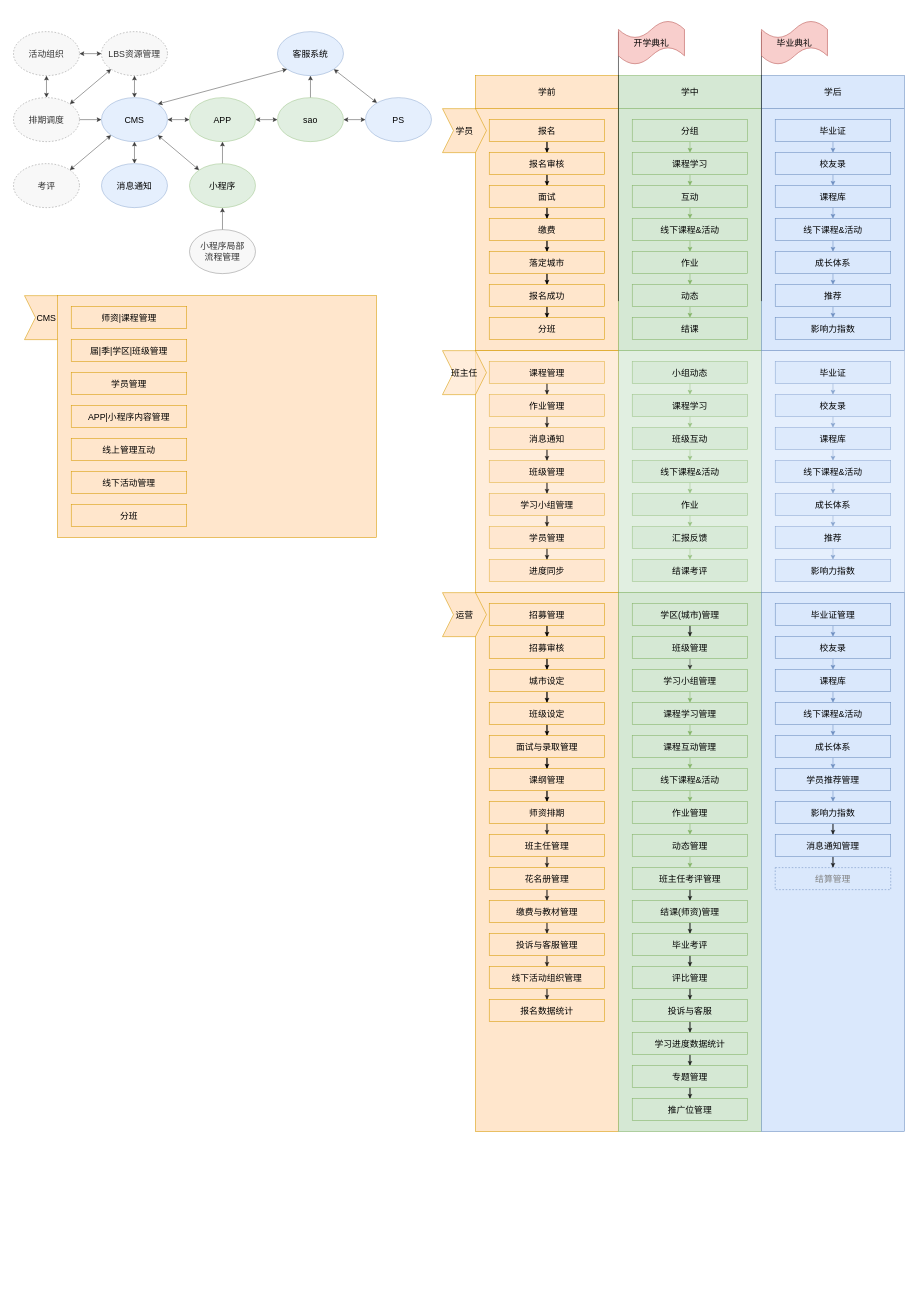
The draw.io diagram DDdaxue.drawio in HunkJia/HUNK, before the edit. Source tidied: cells renumbered, new cells numbered last; positions are measured from the earlier drawing's top-left corner, leaving out a move shared by most shapes. Both pictures are drawn from the tidied source at 55%, with x=0, y=0 at pixel (13, 20).
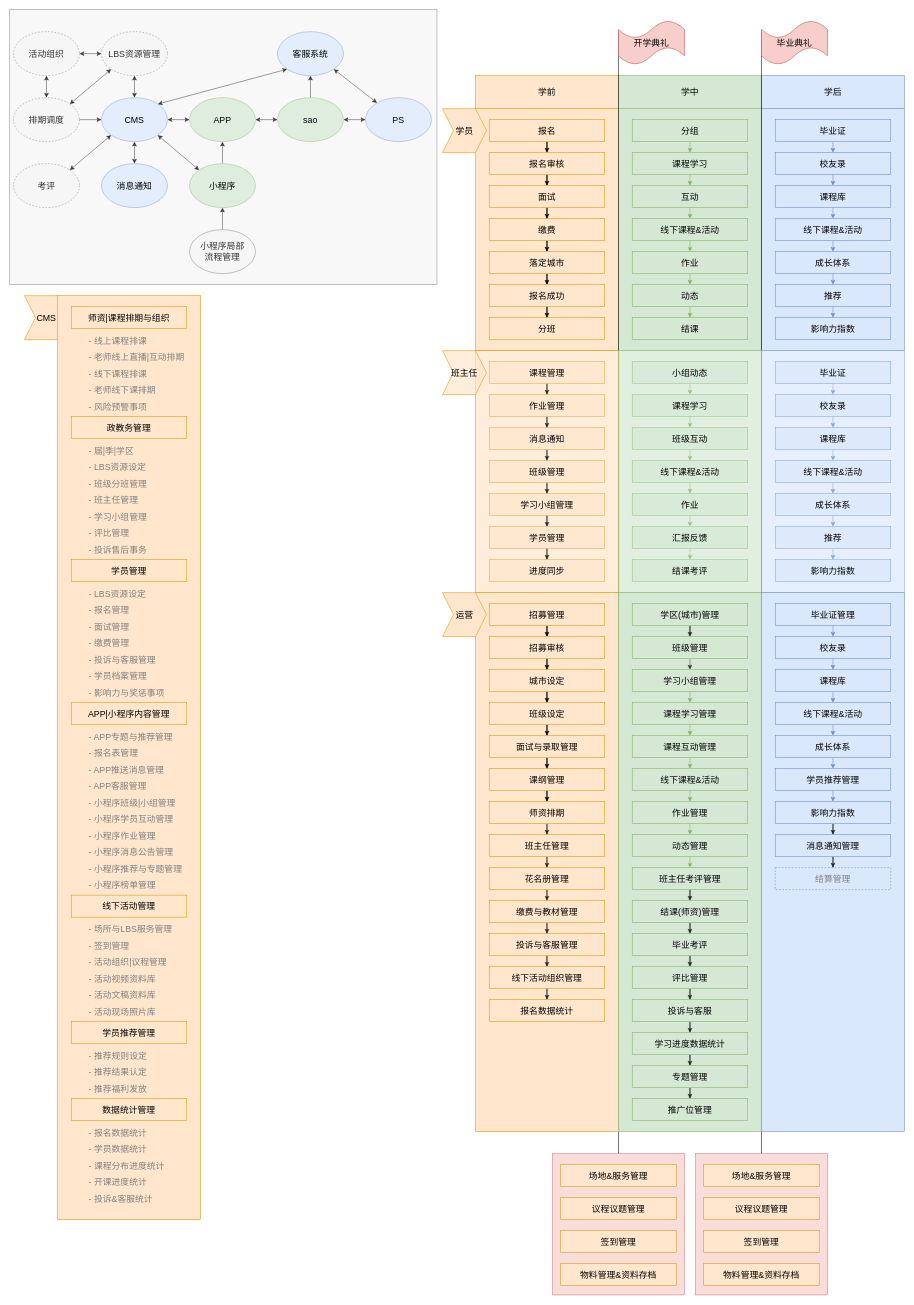
Above is the later version.

What changed in the source:
```diff
@@
+    <mxCell id="209" style="rounded=0;whiteSpace=wrap;html=1;fontSize=16;opacity=70;fillColor=#f5f5f5;strokeColor=#666666;fontColor=#333333;" parent="1" vertex="1">
+      <mxGeometry x="-7" y="-20" width="777" height="500" as="geometry" />
+    </mxCell>
@@
-    <mxCell id="8" style="endArrow=none;html=1;fontSize=16;" parent="1" edge="1">
+    <mxCell id="8" style="endArrow=none;html=1;fontSize=16;entryX=0.5;entryY=0;entryDx=0;entryDy=0;" parent="1" edge="1" target="254">
       <mxGeometry relative="1" as="geometry">
         <mxPoint x="1100" y="20" as="sourcePoint" />
-        <mxPoint x="1100" y="510" as="targetPoint" />
       </mxGeometry>
     </mxCell>
-    <mxCell id="9" style="endArrow=none;html=1;fontSize=16;" parent="1" edge="1">
+    <mxCell id="9" style="endArrow=none;html=1;fontSize=16;entryX=0.5;entryY=0;entryDx=0;entryDy=0;" parent="1" edge="1" target="259">
       <mxGeometry relative="1" as="geometry">
         <mxPoint x="1360" y="20" as="sourcePoint" />
-        <mxPoint x="1360" y="510" as="targetPoint" />
       </mxGeometry>
     </mxCell>
@@
     <mxCell id="201" style="rounded=0;whiteSpace=wrap;html=1;fillColor=#ffe6cc;strokeColor=#d79b00;" parent="1" vertex="1">
-      <mxGeometry x="80" y="500" width="580" height="440" as="geometry" />
+      <mxGeometry x="80" y="500" width="260" height="1680" as="geometry" />
     </mxCell>
-    <mxCell id="202" value="师资|课程管理" style="rounded=0;whiteSpace=wrap;html=1;fontSize=16;fillColor=#ffe6cc;strokeColor=#d79b00;" parent="1" vertex="1">
+    <mxCell id="202" value="师资|课程排期与组织" style="rounded=0;whiteSpace=wrap;html=1;fontSize=16;fillColor=#ffe6cc;strokeColor=#d79b00;" parent="1" vertex="1">
       <mxGeometry x="105" y="520" width="210" height="40" as="geometry" />
     </mxCell>
-    <mxCell id="203" value="届|季|学区|班级管理" style="rounded=0;whiteSpace=wrap;html=1;fontSize=16;fillColor=#ffe6cc;strokeColor=#d79b00;" parent="1" vertex="1">
-      <mxGeometry x="105" y="580" width="210" height="40" as="geometry" />
+    <mxCell id="203" value="政教务管理" style="rounded=0;whiteSpace=wrap;html=1;fontSize=16;fillColor=#ffe6cc;strokeColor=#d79b00;" parent="1" vertex="1">
+      <mxGeometry x="105" y="720" width="210" height="40" as="geometry" />
     </mxCell>
     <mxCell id="204" value="学员管理" style="rounded=0;whiteSpace=wrap;html=1;fontSize=16;fillColor=#ffe6cc;strokeColor=#d79b00;" parent="1" vertex="1">
-      <mxGeometry x="105" y="640" width="210" height="40" as="geometry" />
+      <mxGeometry x="105" y="980" width="210" height="40" as="geometry" />
     </mxCell>
     <mxCell id="205" value="APP|小程序内容管理" style="rounded=0;whiteSpace=wrap;html=1;fontSize=16;fillColor=#ffe6cc;strokeColor=#d79b00;" parent="1" vertex="1">
-      <mxGeometry x="105" y="700" width="210" height="40" as="geometry" />
+      <mxGeometry x="105" y="1240" width="210" height="40" as="geometry" />
     </mxCell>
-    <mxCell id="206" value="线上管理互动" style="rounded=0;whiteSpace=wrap;html=1;fontSize=16;fillColor=#ffe6cc;strokeColor=#d79b00;" parent="1" vertex="1">
-      <mxGeometry x="105" y="760" width="210" height="40" as="geometry" />
-    </mxCell>
     <mxCell id="207" value="线下活动管理" style="rounded=0;whiteSpace=wrap;html=1;fontSize=16;fillColor=#ffe6cc;strokeColor=#d79b00;" parent="1" vertex="1">
-      <mxGeometry x="105" y="820" width="210" height="40" as="geometry" />
+      <mxGeometry x="105" y="1590" width="210" height="40" as="geometry" />
     </mxCell>
-    <mxCell id="208" value="分班" style="rounded=0;whiteSpace=wrap;html=1;fontSize=16;fillColor=#ffe6cc;strokeColor=#d79b00;" parent="1" vertex="1">
-      <mxGeometry x="105" y="880" width="210" height="40" as="geometry" />
+    <mxCell id="208" value="学员推荐管理" style="rounded=0;whiteSpace=wrap;html=1;fontSize=16;fillColor=#ffe6cc;strokeColor=#d79b00;" parent="1" vertex="1">
+      <mxGeometry x="105" y="1820" width="210" height="40" as="geometry" />
     </mxCell>
+    <mxCell id="210" value="数据统计管理" style="rounded=0;whiteSpace=wrap;html=1;fontSize=16;fillColor=#ffe6cc;strokeColor=#d79b00;" parent="1" vertex="1">
+      <mxGeometry x="105" y="1960" width="210" height="40" as="geometry" />
+    </mxCell>
+    <mxCell id="211" value="- 线上课程排课" style="text;html=1;align=left;verticalAlign=top;spacingTop=-4;fontSize=16;fontColor=#808080;" parent="1" vertex="1">
+      <mxGeometry x="135" y="570" width="120" height="20" as="geometry" />
+    </mxCell>
+    <mxCell id="212" value="- 线下课程排课" style="text;html=1;align=left;verticalAlign=top;spacingTop=-4;fontSize=16;fontColor=#808080;" parent="1" vertex="1">
+      <mxGeometry x="135" y="630" width="120" height="20" as="geometry" />
+    </mxCell>
+    <mxCell id="213" value="- 老师线下课排期" style="text;html=1;align=left;verticalAlign=top;spacingTop=-4;fontSize=16;fontColor=#808080;" parent="1" vertex="1">
+      <mxGeometry x="135" y="660" width="140" height="20" as="geometry" />
+    </mxCell>
+    <mxCell id="214" value="- 老师线上直播|互动排期" style="text;html=1;align=left;verticalAlign=top;spacingTop=-4;fontSize=16;fontColor=#808080;" parent="1" vertex="1">
+      <mxGeometry x="135" y="600" width="190" height="20" as="geometry" />
+    </mxCell>
+    <mxCell id="215" value="- 风险预警事项" style="text;html=1;align=left;verticalAlign=top;spacingTop=-4;fontSize=16;fontColor=#808080;" parent="1" vertex="1">
+      <mxGeometry x="135" y="690" width="120" height="20" as="geometry" />
+    </mxCell>
+    <mxCell id="216" value="- 届|季|学区" style="text;html=1;align=left;verticalAlign=top;spacingTop=-4;fontSize=16;fontColor=#808080;" parent="1" vertex="1">
+      <mxGeometry x="135" y="770" width="100" height="20" as="geometry" />
+    </mxCell>
+    <mxCell id="217" value="- 班级分班管理" style="text;html=1;align=left;verticalAlign=top;spacingTop=-4;fontSize=16;fontColor=#808080;" parent="1" vertex="1">
+      <mxGeometry x="135" y="830" width="120" height="20" as="geometry" />
+    </mxCell>
+    <mxCell id="218" value="- 班主任管理" style="text;html=1;align=left;verticalAlign=top;spacingTop=-4;fontSize=16;fontColor=#808080;" parent="1" vertex="1">
+      <mxGeometry x="135" y="860" width="110" height="20" as="geometry" />
+    </mxCell>
+    <mxCell id="219" value="- 学习小组管理" style="text;html=1;align=left;verticalAlign=top;spacingTop=-4;fontSize=16;fontColor=#808080;" parent="1" vertex="1">
+      <mxGeometry x="135" y="890" width="120" height="20" as="geometry" />
+    </mxCell>
+    <mxCell id="220" value="- LBS资源设定" style="text;html=1;align=left;verticalAlign=top;spacingTop=-4;fontSize=16;fontColor=#808080;" parent="1" vertex="1">
+      <mxGeometry x="135" y="800" width="120" height="20" as="geometry" />
+    </mxCell>
+    <mxCell id="221" value="- 评比管理" style="text;html=1;align=left;verticalAlign=top;spacingTop=-4;fontSize=16;fontColor=#808080;" parent="1" vertex="1">
+      <mxGeometry x="135" y="920" width="90" height="20" as="geometry" />
+    </mxCell>
+    <mxCell id="222" value="- 投诉售后事务" style="text;html=1;align=left;verticalAlign=top;spacingTop=-4;fontSize=16;fontColor=#808080;" parent="1" vertex="1">
+      <mxGeometry x="135" y="950" width="120" height="20" as="geometry" />
+    </mxCell>
+    <mxCell id="223" value="- LBS资源设定" style="text;html=1;align=left;verticalAlign=top;spacingTop=-4;fontSize=16;fontColor=#808080;" parent="1" vertex="1">
+      <mxGeometry x="135" y="1030" width="120" height="20" as="geometry" />
+    </mxCell>
+    <mxCell id="224" value="- 面试管理" style="text;html=1;align=left;verticalAlign=top;spacingTop=-4;fontSize=16;fontColor=#808080;" parent="1" vertex="1">
+      <mxGeometry x="135" y="1090" width="90" height="20" as="geometry" />
+    </mxCell>
+    <mxCell id="225" value="- 缴费管理" style="text;html=1;align=left;verticalAlign=top;spacingTop=-4;fontSize=16;fontColor=#808080;" parent="1" vertex="1">
+      <mxGeometry x="135" y="1120" width="90" height="20" as="geometry" />
+    </mxCell>
+    <mxCell id="226" value="- 投诉与客服管理" style="text;html=1;align=left;verticalAlign=top;spacingTop=-4;fontSize=16;fontColor=#808080;" parent="1" vertex="1">
+      <mxGeometry x="135" y="1150" width="140" height="20" as="geometry" />
+    </mxCell>
+    <mxCell id="227" value="- 报名管理" style="text;html=1;align=left;verticalAlign=top;spacingTop=-4;fontSize=16;fontColor=#808080;" parent="1" vertex="1">
+      <mxGeometry x="135" y="1060" width="90" height="20" as="geometry" />
+    </mxCell>
+    <mxCell id="228" value="- 学员档案管理" style="text;html=1;align=left;verticalAlign=top;spacingTop=-4;fontSize=16;fontColor=#808080;" parent="1" vertex="1">
+      <mxGeometry x="135" y="1180" width="120" height="20" as="geometry" />
+    </mxCell>
+    <mxCell id="229" value="- 影响力与奖惩事项" style="text;html=1;align=left;verticalAlign=top;spacingTop=-4;fontSize=16;fontColor=#808080;" parent="1" vertex="1">
+      <mxGeometry x="135" y="1210" width="150" height="20" as="geometry" />
+    </mxCell>
+    <mxCell id="230" value="- APP专题与推荐管理" style="text;html=1;align=left;verticalAlign=top;spacingTop=-4;fontSize=16;fontColor=#808080;" parent="1" vertex="1">
+      <mxGeometry x="135" y="1290" width="170" height="20" as="geometry" />
+    </mxCell>
+    <mxCell id="231" value="- APP推送消息管理" style="text;html=1;align=left;verticalAlign=top;spacingTop=-4;fontSize=16;fontColor=#808080;" parent="1" vertex="1">
+      <mxGeometry x="135" y="1350" width="150" height="20" as="geometry" />
+    </mxCell>
+    <mxCell id="232" value="- APP客服管理" style="text;html=1;align=left;verticalAlign=top;spacingTop=-4;fontSize=16;fontColor=#808080;" parent="1" vertex="1">
+      <mxGeometry x="135" y="1380" width="120" height="20" as="geometry" />
+    </mxCell>
+    <mxCell id="233" value="- 小程序班级|小组管理" style="text;html=1;align=left;verticalAlign=top;spacingTop=-4;fontSize=16;fontColor=#808080;" parent="1" vertex="1">
+      <mxGeometry x="135" y="1410" width="170" height="20" as="geometry" />
+    </mxCell>
+    <mxCell id="234" value="- 报名表管理" style="text;html=1;align=left;verticalAlign=top;spacingTop=-4;fontSize=16;fontColor=#808080;" parent="1" vertex="1">
+      <mxGeometry x="135" y="1320" width="110" height="20" as="geometry" />
+    </mxCell>
+    <mxCell id="235" value="- 小程序学员互动管理" style="text;html=1;align=left;verticalAlign=top;spacingTop=-4;fontSize=16;fontColor=#808080;" parent="1" vertex="1">
+      <mxGeometry x="135" y="1440" width="170" height="20" as="geometry" />
+    </mxCell>
+    <mxCell id="236" value="- 小程序作业管理" style="text;html=1;align=left;verticalAlign=top;spacingTop=-4;fontSize=16;fontColor=#808080;" parent="1" vertex="1">
+      <mxGeometry x="135" y="1470" width="140" height="20" as="geometry" />
+    </mxCell>
+    <mxCell id="237" value="- 小程序消息公告管理" style="text;html=1;align=left;verticalAlign=top;spacingTop=-4;fontSize=16;fontColor=#808080;" parent="1" vertex="1">
+      <mxGeometry x="135" y="1500" width="170" height="20" as="geometry" />
+    </mxCell>
+    <mxCell id="238" value="- 小程序推荐与专题管理" style="text;html=1;align=left;verticalAlign=top;spacingTop=-4;fontSize=16;fontColor=#808080;" parent="1" vertex="1">
+      <mxGeometry x="135" y="1530" width="190" height="20" as="geometry" />
+    </mxCell>
+    <mxCell id="239" value="- 小程序榜单管理" style="text;html=1;align=left;verticalAlign=top;spacingTop=-4;fontSize=16;fontColor=#808080;" parent="1" vertex="1">
+      <mxGeometry x="135" y="1560" width="140" height="20" as="geometry" />
+    </mxCell>
+    <mxCell id="240" value="- 场所与LBS服务管理" style="text;html=1;align=left;verticalAlign=top;spacingTop=-4;fontSize=16;fontColor=#808080;" parent="1" vertex="1">
+      <mxGeometry x="135" y="1640" width="170" height="20" as="geometry" />
+    </mxCell>
+    <mxCell id="241" value="- 活动组织|议程管理" style="text;html=1;align=left;verticalAlign=top;spacingTop=-4;fontSize=16;fontColor=#808080;" parent="1" vertex="1">
+      <mxGeometry x="135" y="1700" width="160" height="20" as="geometry" />
+    </mxCell>
+    <mxCell id="242" value="- 活动视频资料库" style="text;html=1;align=left;verticalAlign=top;spacingTop=-4;fontSize=16;fontColor=#808080;" parent="1" vertex="1">
+      <mxGeometry x="135" y="1730" width="140" height="20" as="geometry" />
+    </mxCell>
+    <mxCell id="243" value="- 活动文稿资料库" style="text;html=1;align=left;verticalAlign=top;spacingTop=-4;fontSize=16;fontColor=#808080;" parent="1" vertex="1">
+      <mxGeometry x="135" y="1760" width="140" height="20" as="geometry" />
+    </mxCell>
+    <mxCell id="244" value="- 签到管理" style="text;html=1;align=left;verticalAlign=top;spacingTop=-4;fontSize=16;fontColor=#808080;" parent="1" vertex="1">
+      <mxGeometry x="135" y="1670" width="90" height="20" as="geometry" />
+    </mxCell>
+    <mxCell id="245" value="- 活动现场照片库" style="text;html=1;align=left;verticalAlign=top;spacingTop=-4;fontSize=16;fontColor=#808080;" parent="1" vertex="1">
+      <mxGeometry x="135" y="1790" width="140" height="20" as="geometry" />
+    </mxCell>
+    <mxCell id="246" value="- 推荐规则设定" style="text;html=1;align=left;verticalAlign=top;spacingTop=-4;fontSize=16;fontColor=#808080;" parent="1" vertex="1">
+      <mxGeometry x="135" y="1870" width="120" height="20" as="geometry" />
+    </mxCell>
+    <mxCell id="247" value="- 推荐结果认定" style="text;html=1;align=left;verticalAlign=top;spacingTop=-4;fontSize=16;fontColor=#808080;" parent="1" vertex="1">
+      <mxGeometry x="135" y="1900" width="120" height="20" as="geometry" />
+    </mxCell>
+    <mxCell id="248" value="- 推荐福利发放" style="text;html=1;align=left;verticalAlign=top;spacingTop=-4;fontSize=16;fontColor=#808080;" parent="1" vertex="1">
+      <mxGeometry x="135" y="1930" width="120" height="20" as="geometry" />
+    </mxCell>
+    <mxCell id="249" value="- 报名数据统计" style="text;html=1;align=left;verticalAlign=top;spacingTop=-4;fontSize=16;fontColor=#808080;" parent="1" vertex="1">
+      <mxGeometry x="135" y="2010" width="120" height="20" as="geometry" />
+    </mxCell>
+    <mxCell id="250" value="- 学员数据统计" style="text;html=1;align=left;verticalAlign=top;spacingTop=-4;fontSize=16;fontColor=#808080;" parent="1" vertex="1">
+      <mxGeometry x="135" y="2040" width="120" height="20" as="geometry" />
+    </mxCell>
+    <mxCell id="251" value="- 课程分布进度统计" style="text;html=1;align=left;verticalAlign=top;spacingTop=-4;fontSize=16;fontColor=#808080;" parent="1" vertex="1">
+      <mxGeometry x="135" y="2070" width="150" height="20" as="geometry" />
+    </mxCell>
+    <mxCell id="252" value="- 开课进度统计" style="text;html=1;align=left;verticalAlign=top;spacingTop=-4;fontSize=16;fontColor=#808080;" parent="1" vertex="1">
+      <mxGeometry x="135" y="2100" width="120" height="20" as="geometry" />
+    </mxCell>
+    <mxCell id="253" value="- 投诉&amp;amp;客服统计" style="text;html=1;align=left;verticalAlign=top;spacingTop=-4;fontSize=16;fontColor=#808080;" parent="1" vertex="1">
+      <mxGeometry x="135" y="2130" width="130" height="20" as="geometry" />
+    </mxCell>
+    <mxCell id="254" style="rounded=0;whiteSpace=wrap;html=1;fontSize=16;opacity=70;fillColor=#f8cecc;strokeColor=#b85450;" parent="1" vertex="1">
+      <mxGeometry x="980" y="2060" width="240" height="257" as="geometry" />
+    </mxCell>
+    <mxCell id="255" value="场地&amp;amp;服务管理" style="rounded=0;whiteSpace=wrap;html=1;fontSize=16;fillColor=#ffe6cc;strokeColor=#d79b00;" parent="1" vertex="1">
+      <mxGeometry x="995" y="2080" width="210" height="40" as="geometry" />
+    </mxCell>
+    <mxCell id="256" value="议程议题管理" style="rounded=0;whiteSpace=wrap;html=1;fontSize=16;fillColor=#ffe6cc;strokeColor=#d79b00;" parent="1" vertex="1">
+      <mxGeometry x="995" y="2140" width="210" height="40" as="geometry" />
+    </mxCell>
+    <mxCell id="257" value="签到管理" style="rounded=0;whiteSpace=wrap;html=1;fontSize=16;fillColor=#ffe6cc;strokeColor=#d79b00;" parent="1" vertex="1">
+      <mxGeometry x="995" y="2200" width="210" height="40" as="geometry" />
+    </mxCell>
+    <mxCell id="258" value="物料管理&amp;amp;资料存档" style="rounded=0;whiteSpace=wrap;html=1;fontSize=16;fillColor=#ffe6cc;strokeColor=#d79b00;" parent="1" vertex="1">
+      <mxGeometry x="995" y="2260" width="210" height="40" as="geometry" />
+    </mxCell>
+    <mxCell id="259" style="rounded=0;whiteSpace=wrap;html=1;fontSize=16;opacity=70;fillColor=#f8cecc;strokeColor=#b85450;" parent="1" vertex="1">
+      <mxGeometry x="1240" y="2060" width="240" height="257" as="geometry" />
+    </mxCell>
+    <mxCell id="260" value="场地&amp;amp;服务管理" style="rounded=0;whiteSpace=wrap;html=1;fontSize=16;fillColor=#ffe6cc;strokeColor=#d79b00;" parent="1" vertex="1">
+      <mxGeometry x="1255" y="2080" width="210" height="40" as="geometry" />
+    </mxCell>
+    <mxCell id="261" value="议程议题管理" style="rounded=0;whiteSpace=wrap;html=1;fontSize=16;fillColor=#ffe6cc;strokeColor=#d79b00;" parent="1" vertex="1">
+      <mxGeometry x="1255" y="2140" width="210" height="40" as="geometry" />
+    </mxCell>
+    <mxCell id="262" value="签到管理" style="rounded=0;whiteSpace=wrap;html=1;fontSize=16;fillColor=#ffe6cc;strokeColor=#d79b00;" parent="1" vertex="1">
+      <mxGeometry x="1255" y="2200" width="210" height="40" as="geometry" />
+    </mxCell>
+    <mxCell id="263" value="物料管理&amp;amp;资料存档" style="rounded=0;whiteSpace=wrap;html=1;fontSize=16;fillColor=#ffe6cc;strokeColor=#d79b00;" parent="1" vertex="1">
+      <mxGeometry x="1255" y="2260" width="210" height="40" as="geometry" />
+    </mxCell>
```
